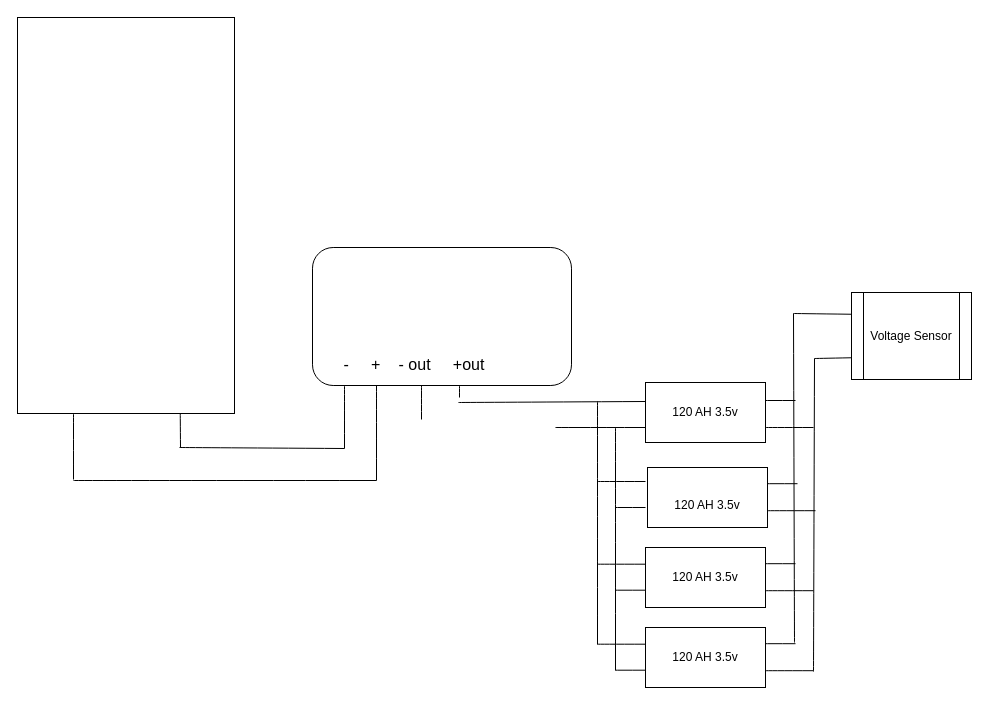
Above: Untitled Diagram.drawio in VCODERN/draw.io (draw.io), before the change. Source tidied: cells renumbered, new cells numbered last; positions are measured from the earlier drawing's top-left corner, leaving out a move shared by most shapes. Both pictures are drawn from the tidied source at 100%, with x=0, y=0 at pixel (17, 17).
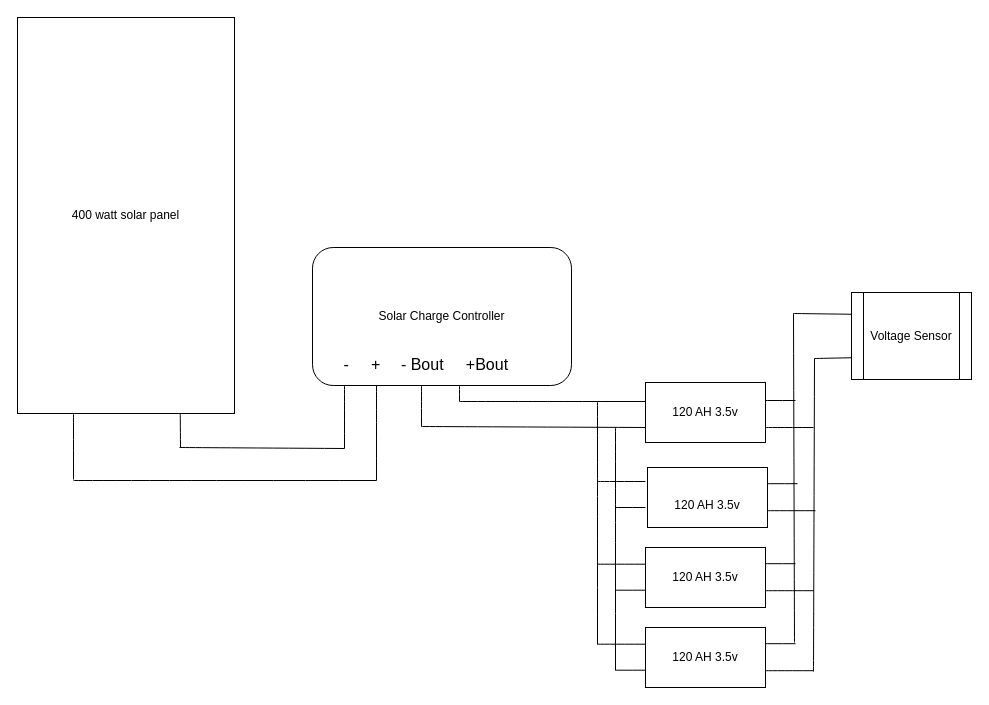
Above is the later version.

What changed in the source:
```diff
@@
-    <mxCell id="2" style="rounded=0;whiteSpace=wrap;html=1;" parent="1" vertex="1">
+    <mxCell id="2" value="400 watt solar panel" style="rounded=0;whiteSpace=wrap;html=1;" parent="1" vertex="1">
       <mxGeometry width="217" height="396" as="geometry" />
     </mxCell>
-    <mxCell id="3" style="rounded=1;whiteSpace=wrap;html=1;rotation=-180;" parent="1" vertex="1">
+    <mxCell id="3" value="Solar Charge Controller" style="rounded=1;whiteSpace=wrap;html=1;rotation=0;" parent="1" vertex="1">
       <mxGeometry x="295" y="230" width="259" height="138" as="geometry" />
     </mxCell>
@@
-    <mxCell id="28" value="- out&amp;nbsp; &amp;nbsp; &amp;nbsp;+out" style="text;strokeColor=none;align=center;fillColor=none;html=1;verticalAlign=middle;whiteSpace=wrap;rounded=0;fontSize=16;" parent="1" vertex="1">
-      <mxGeometry x="379.2" y="339" width="90.5" height="16" as="geometry" />
+    <mxCell id="28" value="- Bout&amp;nbsp; &amp;nbsp; &amp;nbsp;+Bout" style="text;strokeColor=none;align=center;fillColor=none;html=1;verticalAlign=middle;whiteSpace=wrap;rounded=0;fontSize=16;" parent="1" vertex="1">
+      <mxGeometry x="375" y="339" width="124.8" height="16" as="geometry" />
     </mxCell>
     <mxCell id="29" style="endArrow=none;html=1;rounded=0;fontSize=12;startSize=8;endSize=8;curved=1;exitX=0.75;exitY=1;exitDx=0;exitDy=0;" parent="1" edge="1">
       <mxGeometry relative="1" as="geometry">
         <mxPoint x="442" y="368" as="sourcePoint" />
-        <mxPoint x="442" y="380" as="targetPoint" />
+        <mxPoint x="442" y="384" as="targetPoint" />
       </mxGeometry>
     </mxCell>
     <mxCell id="30" style="endArrow=none;html=1;rounded=0;fontSize=12;startSize=8;endSize=8;curved=1;exitX=0.75;exitY=1;exitDx=0;exitDy=0;" parent="1" edge="1">
       <mxGeometry relative="1" as="geometry">
         <mxPoint x="404" y="368" as="sourcePoint" />
-        <mxPoint x="404" y="402" as="targetPoint" />
+        <mxPoint x="404" y="409" as="targetPoint" />
       </mxGeometry>
     </mxCell>
     <mxCell id="31" style="endArrow=none;html=1;rounded=0;fontSize=12;startSize=8;endSize=8;curved=1;" parent="1" edge="1">
       <mxGeometry relative="1" as="geometry">
-        <mxPoint x="441" y="385" as="sourcePoint" />
+        <mxPoint x="442" y="384" as="sourcePoint" />
         <mxPoint x="628" y="384" as="targetPoint" />
       </mxGeometry>
     </mxCell>
     <mxCell id="32" style="endArrow=none;html=1;rounded=0;fontSize=12;startSize=8;endSize=8;curved=1;" parent="1" edge="1">
       <mxGeometry relative="1" as="geometry">
-        <mxPoint x="538" y="410" as="sourcePoint" />
+        <mxPoint x="404" y="409" as="sourcePoint" />
         <mxPoint x="628" y="410" as="targetPoint" />
       </mxGeometry>
     </mxCell>
```
